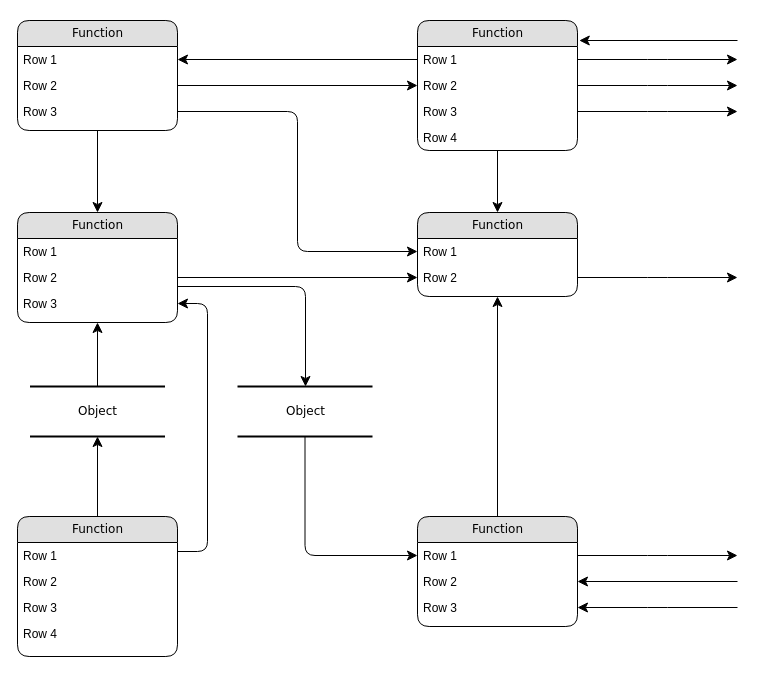
elwidi/latihangraph keeps this draw.io diagram as Untitled Diagram.drawio. Above is the earlier version. Source tidied: cells renumbered, new cells numbered last; positions are measured from the earlier drawing's top-left corner, leaving out a move shared by most shapes. Both pictures are drawn from the tidied source at 100%, with x=0, y=0 at pixel (17, 20).
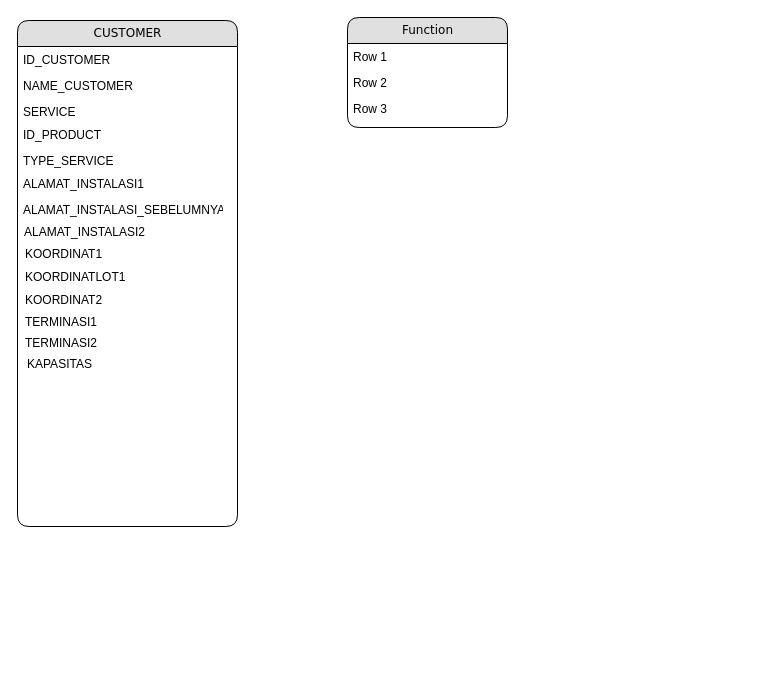
The same page after the edit.

The change refers to these unchanged cells:
```xml
<mxCell id="14" value="Row 2" style="text;html=1;strokeColor=none;fillColor=none;spacingLeft=4;spacingRight=4;whiteSpace=wrap;overflow=hidden;points=[[0,0.5],[1,0.5]];portConstraint=eastwest;" parent="12" vertex="1">
  <mxGeometry y="52" width="160" height="26" as="geometry" />
</mxCell>
<mxCell id="15" value="Row 3" style="text;html=1;strokeColor=none;fillColor=none;spacingLeft=4;spacingRight=4;whiteSpace=wrap;overflow=hidden;points=[[0,0.5],[1,0.5]];portConstraint=eastwest;" parent="12" vertex="1">
  <mxGeometry y="78" width="160" height="26" as="geometry" />
</mxCell>
```

What changed in the source:
```diff
@@
-    <mxCell id="2" value="Object" style="html=1;rounded=0;shadow=0;comic=0;labelBackgroundColor=none;strokeColor=#000000;strokeWidth=2;fillColor=#FFFFFF;fontFamily=Verdana;fontSize=12;fontColor=#000000;align=center;shape=mxgraph.ios7ui.horLines;" parent="1" vertex="1">
-      <mxGeometry x="12.5" y="366" width="135" height="50" as="geometry" />
-    </mxCell>
-    <mxCell id="3" value="Function" style="swimlane;html=1;fontStyle=0;horizontal=1;startSize=26;fillColor=#e0e0e0;swimlaneFillColor=#ffffff;align=center;rounded=1;shadow=0;comic=0;labelBackgroundColor=none;strokeColor=#000000;strokeWidth=1;fontFamily=Verdana;fontSize=12;fontColor=#000000;" parent="1" vertex="1">
-      <mxGeometry width="160" height="110" as="geometry" />
+    <mxCell id="3" value="&lt;div&gt;CUSTOMER&lt;/div&gt;" style="swimlane;html=1;fontStyle=0;horizontal=1;startSize=26;fillColor=#e0e0e0;swimlaneFillColor=#ffffff;align=center;rounded=1;shadow=0;comic=0;labelBackgroundColor=none;strokeColor=#000000;strokeWidth=1;fontFamily=Verdana;fontSize=12;fontColor=#000000;" parent="1" vertex="1">
+      <mxGeometry width="220" height="506" as="geometry" />
     </mxCell>
-    <mxCell id="4" value="Row 1" style="text;html=1;strokeColor=none;fillColor=none;spacingLeft=4;spacingRight=4;whiteSpace=wrap;overflow=hidden;points=[[0,0.5],[1,0.5]];portConstraint=eastwest;" parent="3" vertex="1">
-      <mxGeometry y="26" width="160" height="26" as="geometry" />
+    <mxCell id="4" value="&lt;div&gt;ID_CUSTOMER&lt;/div&gt;" style="text;html=1;strokeColor=none;fillColor=none;spacingLeft=4;spacingRight=4;whiteSpace=wrap;overflow=hidden;points=[[0,0.5],[1,0.5]];portConstraint=eastwest;" parent="3" vertex="1">
+      <mxGeometry y="26" width="220" height="26" as="geometry" />
     </mxCell>
-    <mxCell id="5" value="Row 2" style="text;html=1;strokeColor=none;fillColor=none;spacingLeft=4;spacingRight=4;whiteSpace=wrap;overflow=hidden;points=[[0,0.5],[1,0.5]];portConstraint=eastwest;" parent="3" vertex="1">
-      <mxGeometry y="52" width="160" height="26" as="geometry" />
+    <mxCell id="5" value="NAME_CUSTOMER" style="text;html=1;strokeColor=none;fillColor=none;spacingLeft=4;spacingRight=4;whiteSpace=wrap;overflow=hidden;points=[[0,0.5],[1,0.5]];portConstraint=eastwest;" parent="3" vertex="1">
+      <mxGeometry y="52" width="220" height="26" as="geometry" />
     </mxCell>
-    <mxCell id="6" value="Row 3" style="text;html=1;strokeColor=none;fillColor=none;spacingLeft=4;spacingRight=4;whiteSpace=wrap;overflow=hidden;points=[[0,0.5],[1,0.5]];portConstraint=eastwest;" parent="3" vertex="1">
-      <mxGeometry y="78" width="160" height="26" as="geometry" />
+    <mxCell id="6" value="SERVICE" style="text;html=1;strokeColor=none;fillColor=none;spacingLeft=4;spacingRight=4;whiteSpace=wrap;overflow=hidden;points=[[0,0.5],[1,0.5]];portConstraint=eastwest;" parent="3" vertex="1">
+      <mxGeometry y="78" width="220" height="26" as="geometry" />
     </mxCell>
-    <mxCell id="7" value="Function" style="swimlane;html=1;fontStyle=0;horizontal=1;startSize=26;fillColor=#e0e0e0;swimlaneFillColor=#ffffff;align=center;rounded=1;shadow=0;comic=0;labelBackgroundColor=none;strokeColor=#000000;strokeWidth=1;fontFamily=Verdana;fontSize=12;fontColor=#000000;" parent="1" vertex="1">
-      <mxGeometry x="400" width="160" height="130" as="geometry" />
-    </mxCell>
-    <mxCell id="8" value="Row 1" style="text;html=1;strokeColor=none;fillColor=none;spacingLeft=4;spacingRight=4;whiteSpace=wrap;overflow=hidden;points=[[0,0.5],[1,0.5]];portConstraint=eastwest;" parent="7" vertex="1">
-      <mxGeometry y="26" width="160" height="26" as="geometry" />
-    </mxCell>
-    <mxCell id="9" value="Row 2" style="text;html=1;strokeColor=none;fillColor=none;spacingLeft=4;spacingRight=4;whiteSpace=wrap;overflow=hidden;points=[[0,0.5],[1,0.5]];portConstraint=eastwest;" parent="7" vertex="1">
-      <mxGeometry y="52" width="160" height="26" as="geometry" />
-    </mxCell>
-    <mxCell id="10" value="Row 3" style="text;html=1;strokeColor=none;fillColor=none;spacingLeft=4;spacingRight=4;whiteSpace=wrap;overflow=hidden;points=[[0,0.5],[1,0.5]];portConstraint=eastwest;" parent="7" vertex="1">
-      <mxGeometry y="78" width="160" height="26" as="geometry" />
-    </mxCell>
-    <mxCell id="11" value="Row 4" style="text;html=1;strokeColor=none;fillColor=none;spacingLeft=4;spacingRight=4;whiteSpace=wrap;overflow=hidden;" parent="7" vertex="1">
-      <mxGeometry y="104" width="160" height="26" as="geometry" />
-    </mxCell>
     <mxCell id="12" value="Function" style="swimlane;html=1;fontStyle=0;horizontal=1;startSize=26;fillColor=#e0e0e0;swimlaneFillColor=#ffffff;align=center;rounded=1;shadow=0;comic=0;labelBackgroundColor=none;strokeColor=#000000;strokeWidth=1;fontFamily=Verdana;fontSize=12;fontColor=#000000;" parent="1" vertex="1">
-      <mxGeometry y="192" width="160" height="110" as="geometry" />
+      <mxGeometry x="330" y="-3" width="160" height="110" as="geometry" />
     </mxCell>
@@
-    <mxCell id="16" value="Function" style="swimlane;html=1;fontStyle=0;horizontal=1;startSize=26;fillColor=#e0e0e0;swimlaneFillColor=#ffffff;align=center;rounded=1;shadow=0;comic=0;labelBackgroundColor=none;strokeColor=#000000;strokeWidth=1;fontFamily=Verdana;fontSize=12;fontColor=#000000;" parent="1" vertex="1">
-      <mxGeometry y="496" width="160" height="140" as="geometry" />
-    </mxCell>
-    <mxCell id="17" value="Row 1" style="text;html=1;strokeColor=none;fillColor=none;spacingLeft=4;spacingRight=4;whiteSpace=wrap;overflow=hidden;" parent="16" vertex="1">
-      <mxGeometry y="26" width="160" height="26" as="geometry" />
-    </mxCell>
-    <mxCell id="18" value="Row 2" style="text;html=1;strokeColor=none;fillColor=none;spacingLeft=4;spacingRight=4;whiteSpace=wrap;overflow=hidden;" parent="16" vertex="1">
-      <mxGeometry y="52" width="160" height="26" as="geometry" />
-    </mxCell>
-    <mxCell id="19" value="Row 3" style="text;html=1;strokeColor=none;fillColor=none;spacingLeft=4;spacingRight=4;whiteSpace=wrap;overflow=hidden;" parent="16" vertex="1">
-      <mxGeometry y="78" width="160" height="26" as="geometry" />
-    </mxCell>
-    <mxCell id="20" value="Row 4" style="text;html=1;strokeColor=none;fillColor=none;spacingLeft=4;spacingRight=4;whiteSpace=wrap;overflow=hidden;" parent="16" vertex="1">
-      <mxGeometry y="104" width="160" height="26" as="geometry" />
-    </mxCell>
-    <mxCell id="21" value="Function" style="swimlane;html=1;fontStyle=0;horizontal=1;startSize=26;fillColor=#e0e0e0;swimlaneFillColor=#ffffff;align=center;rounded=1;shadow=0;comic=0;labelBackgroundColor=none;strokeColor=#000000;strokeWidth=1;fontFamily=Verdana;fontSize=12;fontColor=#000000;" parent="1" vertex="1">
-      <mxGeometry x="400" y="192" width="160" height="84" as="geometry" />
-    </mxCell>
-    <mxCell id="22" value="Row 1" style="text;html=1;strokeColor=none;fillColor=none;spacingLeft=4;spacingRight=4;whiteSpace=wrap;overflow=hidden;points=[[0,0.5],[1,0.5]];portConstraint=eastwest;" parent="21" vertex="1">
-      <mxGeometry y="26" width="160" height="26" as="geometry" />
-    </mxCell>
-    <mxCell id="23" value="Row 2" style="text;html=1;strokeColor=none;fillColor=none;spacingLeft=4;spacingRight=4;whiteSpace=wrap;overflow=hidden;points=[[0,0.5],[1,0.5]];portConstraint=eastwest;" parent="21" vertex="1">
-      <mxGeometry y="52" width="160" height="26" as="geometry" />
-    </mxCell>
-    <mxCell id="24" value="Function" style="swimlane;html=1;fontStyle=0;horizontal=1;startSize=26;fillColor=#e0e0e0;swimlaneFillColor=#ffffff;align=center;rounded=1;shadow=0;comic=0;labelBackgroundColor=none;strokeColor=#000000;strokeWidth=1;fontFamily=Verdana;fontSize=12;fontColor=#000000;" parent="1" vertex="1">
-      <mxGeometry x="400" y="496" width="160" height="110" as="geometry" />
-    </mxCell>
-    <mxCell id="25" value="Row 1" style="text;html=1;strokeColor=none;fillColor=none;spacingLeft=4;spacingRight=4;whiteSpace=wrap;overflow=hidden;points=[[0,0.5],[1,0.5]];portConstraint=eastwest;" parent="24" vertex="1">
-      <mxGeometry y="26" width="160" height="26" as="geometry" />
-    </mxCell>
-    <mxCell id="26" value="Row 2" style="text;html=1;strokeColor=none;fillColor=none;spacingLeft=4;spacingRight=4;whiteSpace=wrap;overflow=hidden;points=[[0,0.5],[1,0.5]];portConstraint=eastwest;" parent="24" vertex="1">
-      <mxGeometry y="52" width="160" height="26" as="geometry" />
-    </mxCell>
-    <mxCell id="27" value="Row 3" style="text;html=1;strokeColor=none;fillColor=none;spacingLeft=4;spacingRight=4;whiteSpace=wrap;overflow=hidden;points=[[0,0.5],[1,0.5]];portConstraint=eastwest;" parent="24" vertex="1">
-      <mxGeometry y="78" width="160" height="26" as="geometry" />
-    </mxCell>
-    <mxCell id="28" value="Object" style="html=1;rounded=0;shadow=0;comic=0;labelBackgroundColor=none;strokeColor=#000000;strokeWidth=2;fillColor=#FFFFFF;fontFamily=Verdana;fontSize=12;fontColor=#000000;align=center;shape=mxgraph.ios7ui.horLines;" parent="1" vertex="1">
-      <mxGeometry x="220" y="366" width="135" height="50" as="geometry" />
-    </mxCell>
-    <mxCell id="29" style="edgeStyle=none;html=1;labelBackgroundColor=none;startFill=0;startSize=8;endFill=1;endSize=8;fontFamily=Verdana;fontSize=12;" parent="1" edge="1" source="16" target="2">
-      <mxGeometry relative="1" as="geometry" />
-    </mxCell>
-    <mxCell id="30" style="edgeStyle=none;html=1;labelBackgroundColor=none;startFill=0;startSize=8;endFill=1;endSize=8;fontFamily=Verdana;fontSize=12;" parent="1" edge="1" source="2" target="12">
-      <mxGeometry relative="1" as="geometry" />
-    </mxCell>
-    <mxCell id="31" style="edgeStyle=orthogonalEdgeStyle;html=1;labelBackgroundColor=none;startFill=0;startSize=8;endFill=1;endSize=8;fontFamily=Verdana;fontSize=12;exitX=1;exitY=0.25;entryX=1;entryY=0.5;" parent="1" edge="1" source="16" target="15">
-      <mxGeometry relative="1" as="geometry">
-        <Array as="points">
-          <mxPoint x="190" y="531" />
-          <mxPoint x="190" y="283" />
-        </Array>
-      </mxGeometry>
-    </mxCell>
-    <mxCell id="32" style="edgeStyle=orthogonalEdgeStyle;html=1;labelBackgroundColor=none;startFill=0;startSize=8;endFill=1;endSize=8;fontFamily=Verdana;fontSize=12;" parent="1" edge="1" source="28" target="25">
-      <mxGeometry x="-0.13" y="32" relative="1" as="geometry" />
-    </mxCell>
-    <mxCell id="33" style="edgeStyle=orthogonalEdgeStyle;html=1;labelBackgroundColor=none;startFill=0;startSize=8;endFill=1;endSize=8;fontFamily=Verdana;fontSize=12;" parent="1" edge="1" source="12" target="28">
-      <mxGeometry relative="1" as="geometry">
-        <Array as="points">
-          <mxPoint x="288" y="266" />
-        </Array>
-      </mxGeometry>
-    </mxCell>
-    <mxCell id="34" style="edgeStyle=orthogonalEdgeStyle;html=1;labelBackgroundColor=none;startFill=0;startSize=8;endFill=1;endSize=8;fontFamily=Verdana;fontSize=12;" parent="1" edge="1" source="3" target="12">
-      <mxGeometry relative="1" as="geometry" />
-    </mxCell>
-    <mxCell id="35" style="edgeStyle=orthogonalEdgeStyle;html=1;labelBackgroundColor=none;startFill=0;startSize=8;endFill=1;endSize=8;fontFamily=Verdana;fontSize=12;" parent="1" edge="1" source="24" target="21">
-      <mxGeometry relative="1" as="geometry" />
-    </mxCell>
-    <mxCell id="36" style="edgeStyle=orthogonalEdgeStyle;html=1;labelBackgroundColor=none;startFill=0;startSize=8;endFill=1;endSize=8;fontFamily=Verdana;fontSize=12;" parent="1" edge="1" source="7" target="21">
-      <mxGeometry relative="1" as="geometry" />
-    </mxCell>
-    <mxCell id="37" style="edgeStyle=orthogonalEdgeStyle;html=1;entryX=0;entryY=0.5;labelBackgroundColor=none;startFill=0;startSize=8;endFill=1;endSize=8;fontFamily=Verdana;fontSize=12;exitX=1;exitY=0.5;" parent="1" edge="1" source="5" target="9">
-      <mxGeometry relative="1" as="geometry" />
-    </mxCell>
-    <mxCell id="38" style="edgeStyle=orthogonalEdgeStyle;html=1;exitX=0;exitY=0.5;entryX=1;entryY=0.5;labelBackgroundColor=none;startFill=0;startSize=8;endFill=1;endSize=8;fontFamily=Verdana;fontSize=12;" parent="1" edge="1" source="8" target="4">
-      <mxGeometry relative="1" as="geometry" />
-    </mxCell>
-    <mxCell id="39" style="edgeStyle=orthogonalEdgeStyle;html=1;exitX=1;exitY=0.5;entryX=0;entryY=0.5;labelBackgroundColor=none;startFill=0;startSize=8;endFill=1;endSize=8;fontFamily=Verdana;fontSize=12;" parent="1" edge="1" source="6" target="22">
-      <mxGeometry relative="1" as="geometry" />
-    </mxCell>
-    <mxCell id="40" style="edgeStyle=orthogonalEdgeStyle;html=1;exitX=1;exitY=0.5;entryX=0;entryY=0.5;labelBackgroundColor=none;startFill=0;startSize=8;endFill=1;endSize=8;fontFamily=Verdana;fontSize=12;" parent="1" edge="1" source="14" target="23">
-      <mxGeometry relative="1" as="geometry" />
-    </mxCell>
-    <mxCell id="41" style="edgeStyle=orthogonalEdgeStyle;html=1;labelBackgroundColor=none;startFill=0;startSize=8;endFill=1;endSize=8;fontFamily=Verdana;fontSize=12;" parent="1" edge="1" source="23">
-      <mxGeometry relative="1" as="geometry">
-        <mxPoint x="720" y="257" as="targetPoint" />
-      </mxGeometry>
-    </mxCell>
-    <mxCell id="42" style="edgeStyle=orthogonalEdgeStyle;html=1;exitX=1;exitY=0.5;labelBackgroundColor=none;startFill=0;startSize=8;endFill=1;endSize=8;fontFamily=Verdana;fontSize=12;" parent="1" edge="1" source="25">
-      <mxGeometry relative="1" as="geometry">
-        <mxPoint x="720" y="535" as="targetPoint" />
-      </mxGeometry>
-    </mxCell>
-    <mxCell id="43" style="edgeStyle=orthogonalEdgeStyle;html=1;labelBackgroundColor=none;startFill=0;startSize=8;endFill=1;endSize=8;fontFamily=Verdana;fontSize=12;entryX=1;entryY=0.5;" parent="1" edge="1" target="26">
-      <mxGeometry relative="1" as="geometry">
-        <mxPoint x="720" y="561" as="sourcePoint" />
-        <Array as="points">
-          <mxPoint x="720" y="561" />
-        </Array>
-      </mxGeometry>
-    </mxCell>
-    <mxCell id="44" style="edgeStyle=orthogonalEdgeStyle;html=1;labelBackgroundColor=none;startFill=0;startSize=8;endFill=1;endSize=8;fontFamily=Verdana;fontSize=12;entryX=1;entryY=0.5;" parent="1" edge="1" target="27">
-      <mxGeometry relative="1" as="geometry">
-        <mxPoint x="720" y="587" as="sourcePoint" />
-        <Array as="points">
-          <mxPoint x="640" y="587" />
-          <mxPoint x="640" y="587" />
-        </Array>
-      </mxGeometry>
-    </mxCell>
-    <mxCell id="45" style="edgeStyle=orthogonalEdgeStyle;html=1;exitX=1;exitY=0.5;labelBackgroundColor=none;startFill=0;startSize=8;endFill=1;endSize=8;fontFamily=Verdana;fontSize=12;" parent="1" edge="1" source="8">
-      <mxGeometry relative="1" as="geometry">
-        <mxPoint x="720" y="39" as="targetPoint" />
-      </mxGeometry>
-    </mxCell>
-    <mxCell id="46" style="edgeStyle=orthogonalEdgeStyle;html=1;exitX=1;exitY=0.5;labelBackgroundColor=none;startFill=0;startSize=8;endFill=1;endSize=8;fontFamily=Verdana;fontSize=12;" parent="1" edge="1" source="9">
-      <mxGeometry relative="1" as="geometry">
-        <mxPoint x="720" y="65" as="targetPoint" />
-      </mxGeometry>
-    </mxCell>
-    <mxCell id="47" style="edgeStyle=orthogonalEdgeStyle;html=1;exitX=1;exitY=0.5;labelBackgroundColor=none;startFill=0;startSize=8;endFill=1;endSize=8;fontFamily=Verdana;fontSize=12;" parent="1" edge="1" source="10">
-      <mxGeometry relative="1" as="geometry">
-        <mxPoint x="720" y="91" as="targetPoint" />
-      </mxGeometry>
-    </mxCell>
-    <mxCell id="48" style="edgeStyle=elbowEdgeStyle;html=1;labelBackgroundColor=none;startFill=0;startSize=8;endFill=1;endSize=8;fontFamily=Verdana;fontSize=12;elbow=vertical;entryX=1.011;entryY=0.152;entryPerimeter=0;" parent="1" edge="1" target="7">
-      <mxGeometry relative="1" as="geometry">
-        <mxPoint x="720" y="20" as="sourcePoint" />
-        <Array as="points">
-          <mxPoint x="650" y="20" />
-        </Array>
-      </mxGeometry>
-    </mxCell>
+    <mxCell id="49" value="&lt;div&gt;ID_PRODUCT&lt;/div&gt;" style="text;html=1;strokeColor=none;fillColor=none;spacingLeft=4;spacingRight=4;whiteSpace=wrap;overflow=hidden;" parent="1" vertex="1">
+      <mxGeometry y="101" width="160" height="26" as="geometry" />
+    </mxCell>
+    <mxCell id="50" value="TYPE_SERVICE" style="text;html=1;strokeColor=none;fillColor=none;spacingLeft=4;spacingRight=4;whiteSpace=wrap;overflow=hidden;" parent="1" vertex="1">
+      <mxGeometry y="127" width="160" height="26" as="geometry" />
+    </mxCell>
+    <mxCell id="51" value="ALAMAT_INSTALASI1" style="text;html=1;strokeColor=none;fillColor=none;spacingLeft=4;spacingRight=4;whiteSpace=wrap;overflow=hidden;" parent="1" vertex="1">
+      <mxGeometry y="150" width="160" height="26" as="geometry" />
+    </mxCell>
+    <mxCell id="52" value="ALAMAT_INSTALASI_SEBELUMNYA" style="text;html=1;strokeColor=none;fillColor=none;spacingLeft=4;spacingRight=4;whiteSpace=wrap;overflow=hidden;" parent="1" vertex="1">
+      <mxGeometry y="176" width="210" height="26" as="geometry" />
+    </mxCell>
+    <mxCell id="53" value="&lt;div&gt;ALAMAT_INSTALASI2&lt;/div&gt;" style="text;html=1;strokeColor=none;fillColor=none;spacingLeft=4;spacingRight=4;whiteSpace=wrap;overflow=hidden;" parent="1" vertex="1">
+      <mxGeometry x="1" y="198" width="210" height="26" as="geometry" />
+    </mxCell>
+    <mxCell id="54" value="KOORDINAT1" style="text;html=1;" parent="1" vertex="1">
+      <mxGeometry x="6" y="220" width="140" height="30" as="geometry" />
+    </mxCell>
+    <mxCell id="55" value="KOORDINATLOT1" style="text;html=1;" parent="1" vertex="1">
+      <mxGeometry x="6" y="243" width="130" height="30" as="geometry" />
+    </mxCell>
+    <mxCell id="56" value="KOORDINAT2" style="text;html=1;" parent="1" vertex="1">
+      <mxGeometry x="6" y="266" width="100" height="30" as="geometry" />
+    </mxCell>
+    <mxCell id="57" value="TERMINASI1" style="text;html=1;" parent="1" vertex="1">
+      <mxGeometry x="6" y="288" width="100" height="30" as="geometry" />
+    </mxCell>
+    <mxCell id="58" value="TERMINASI2" style="text;html=1;" parent="1" vertex="1">
+      <mxGeometry x="6" y="309" width="100" height="30" as="geometry" />
+    </mxCell>
+    <mxCell id="59" value="KAPASITAS" style="text;html=1;" parent="1" vertex="1">
+      <mxGeometry x="8" y="330" width="90" height="30" as="geometry" />
+    </mxCell>
```
